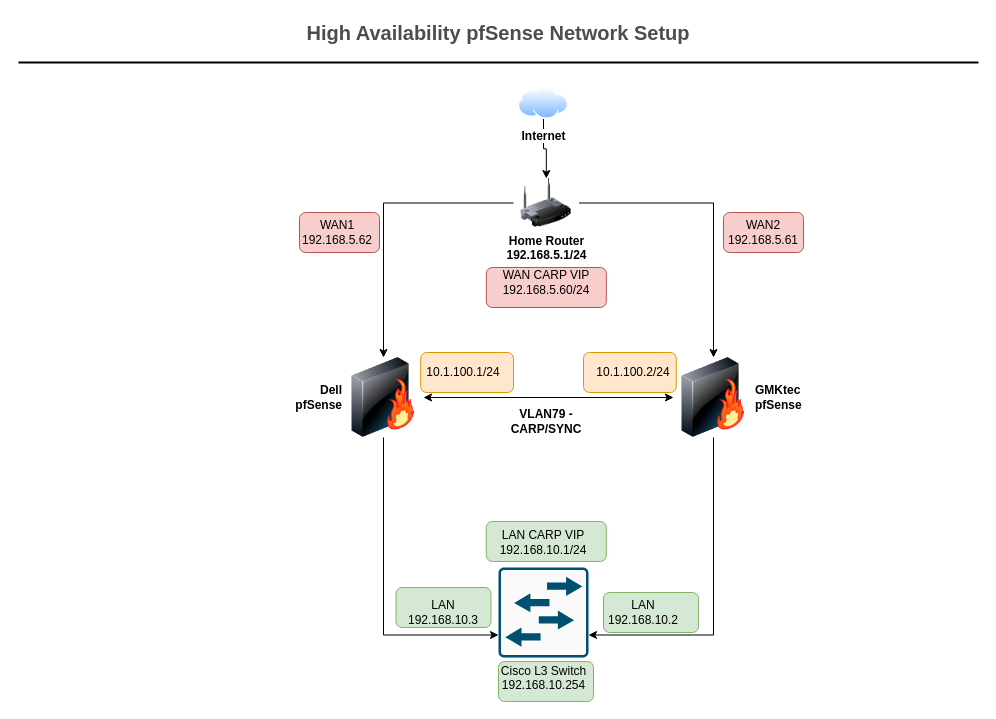
The draw.io diagram page "Copy of Page-1" (2 of 2) of Data/Current Simple Diagram.drawio in fahadshery/AnalyticsEdge, before the edit. Source tidied: cells renumbered, new cells numbered last; positions are measured from the earlier drawing's top-left corner, leaving out a move shared by most shapes. Both pictures are drawn from the tidied source at 100%, with x=0, y=0 at pixel (18, 17).
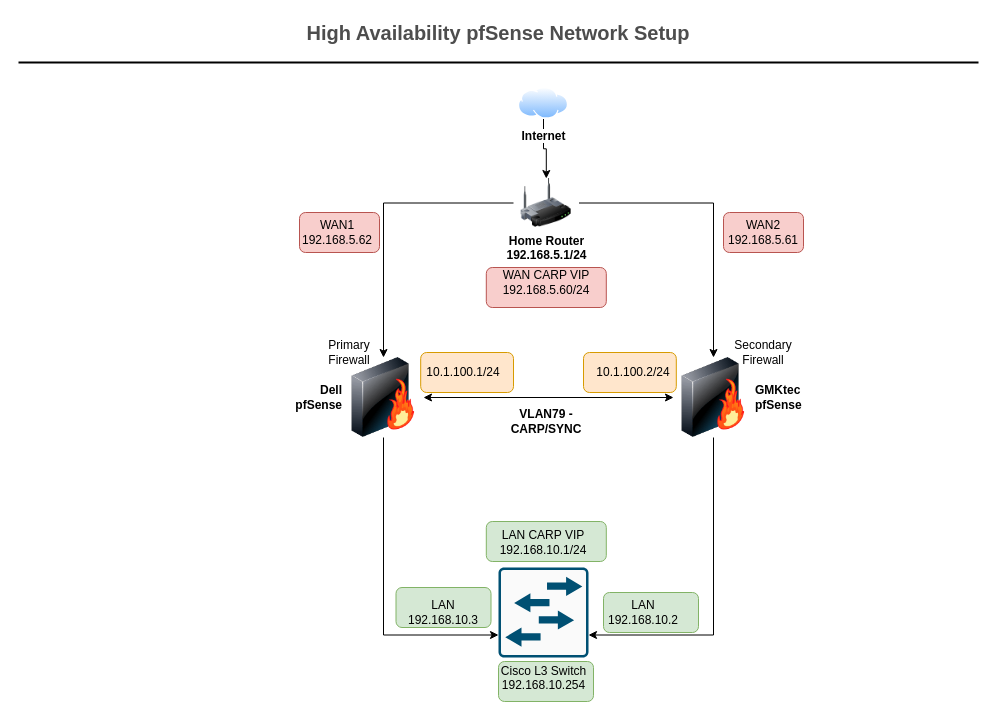
Above is the later version.

The edit, as a diff of the source:
```diff
@@
+    <mxCell id="33" value="Primary&lt;br&gt;Firewall" style="text;html=1;strokeColor=none;fillColor=none;align=center;verticalAlign=middle;whiteSpace=wrap;rounded=0;" parent="1" vertex="1">
+      <mxGeometry x="301" y="320" width="60" height="30" as="geometry" />
+    </mxCell>
+    <mxCell id="34" value="Secondary&lt;br&gt;Firewall" style="text;html=1;strokeColor=none;fillColor=none;align=center;verticalAlign=middle;whiteSpace=wrap;rounded=0;" parent="1" vertex="1">
+      <mxGeometry x="715" y="320" width="60" height="30" as="geometry" />
+    </mxCell>
```
